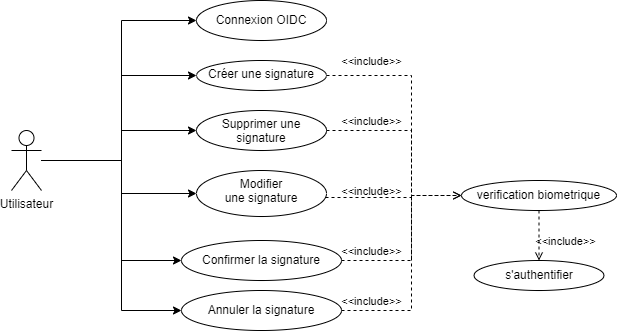
The draw.io diagram images_pfe/use_case_sprint_5.png in PFE-Neoledge-2023/rapport, before a commit. Source tidied: cells renumbered, new cells last; positions are measured from the earlier drawing's top-left corner, leaving out a move shared by most shapes.
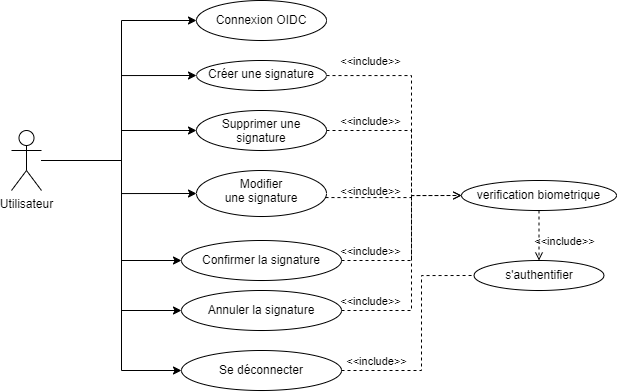
Later version of the same file.

What changed in the source:
```diff
@@ -105,6 +105,11 @@
         <mxPoint x="193" y="110" as="offset" />
       </mxGeometry>
     </mxCell>
+    <mxCell id="29" value="&amp;lt;&amp;lt;include&amp;gt;&amp;gt;" style="edgeLabel;html=1;align=center;verticalAlign=middle;" parent="12" vertex="1">
+      <mxGeometry x="-0.55" relative="1" as="geometry">
+        <mxPoint x="5" y="230" as="offset" />
+      </mxGeometry>
+    </mxCell>
     <mxCell id="19" value="Supprimer une signature" style="ellipse;whiteSpace=wrap;html=1;verticalAlign=top;" parent="1" vertex="1">
       <mxGeometry x="185" y="110" width="130" height="40" as="geometry" />
     </mxCell>
@@ -153,5 +158,25 @@
     <mxCell id="28" value="s'authentifier" style="ellipse;whiteSpace=wrap;html=1;" parent="1" vertex="1">
       <mxGeometry x="462.5" y="260" width="130" height="30" as="geometry" />
     </mxCell>
+    <mxCell id="30" value="&lt;div&gt;Se déconnecter&lt;/div&gt;" style="ellipse;whiteSpace=wrap;html=1;" parent="1" vertex="1">
+      <mxGeometry x="170" y="350" width="160" height="40" as="geometry" />
+    </mxCell>
+    <mxCell id="31" style="edgeStyle=orthogonalEdgeStyle;html=1;entryX=0;entryY=0.5;entryDx=0;entryDy=0;rounded=0;" parent="1" edge="1" target="30">
+      <mxGeometry relative="1" as="geometry">
+        <mxPoint x="40" y="160" as="sourcePoint" />
+        <Array as="points">
+          <mxPoint x="110" y="160" />
+          <mxPoint x="110" y="370" />
+        </Array>
+      </mxGeometry>
+    </mxCell>
+    <mxCell id="32" style="edgeStyle=orthogonalEdgeStyle;rounded=0;html=1;dashed=1;endArrow=none;endFill=0;exitX=1;exitY=0.5;exitDx=0;exitDy=0;entryX=0;entryY=0.5;entryDx=0;entryDy=0;" parent="1" edge="1" source="30" target="28">
+      <mxGeometry relative="1" as="geometry">
+        <Array as="points">
+          <mxPoint x="410" y="370" />
+          <mxPoint x="410" y="275" />
+        </Array>
+      </mxGeometry>
+    </mxCell>
   </root>
 </mxGraphModel>
```
